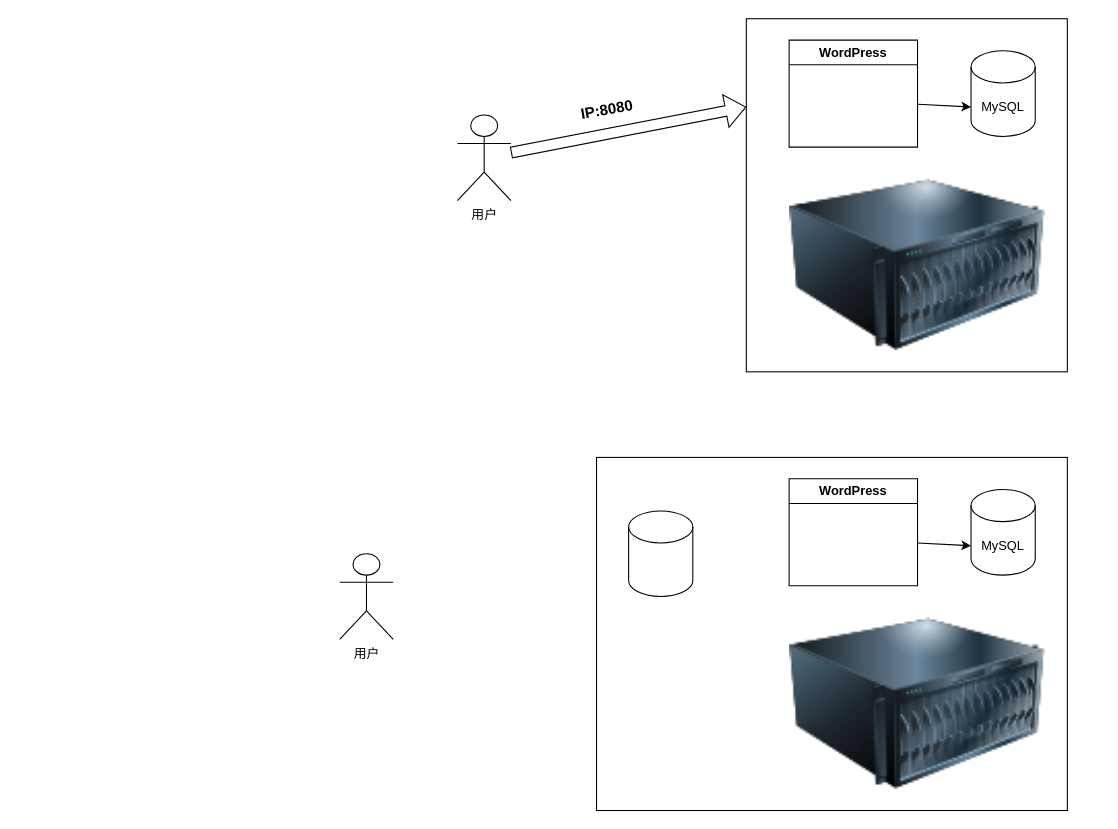
beyondgogogo/Graph keeps this draw.io diagram as wordPress.drawio. Above is the earlier version. Source tidied: cells renumbered, new cells numbered last; positions are measured from the earlier drawing's top-left corner, leaving out a move shared by most shapes. Both pictures are drawn from the tidied source at 107%, with x=0, y=0 at pixel (339, 18).
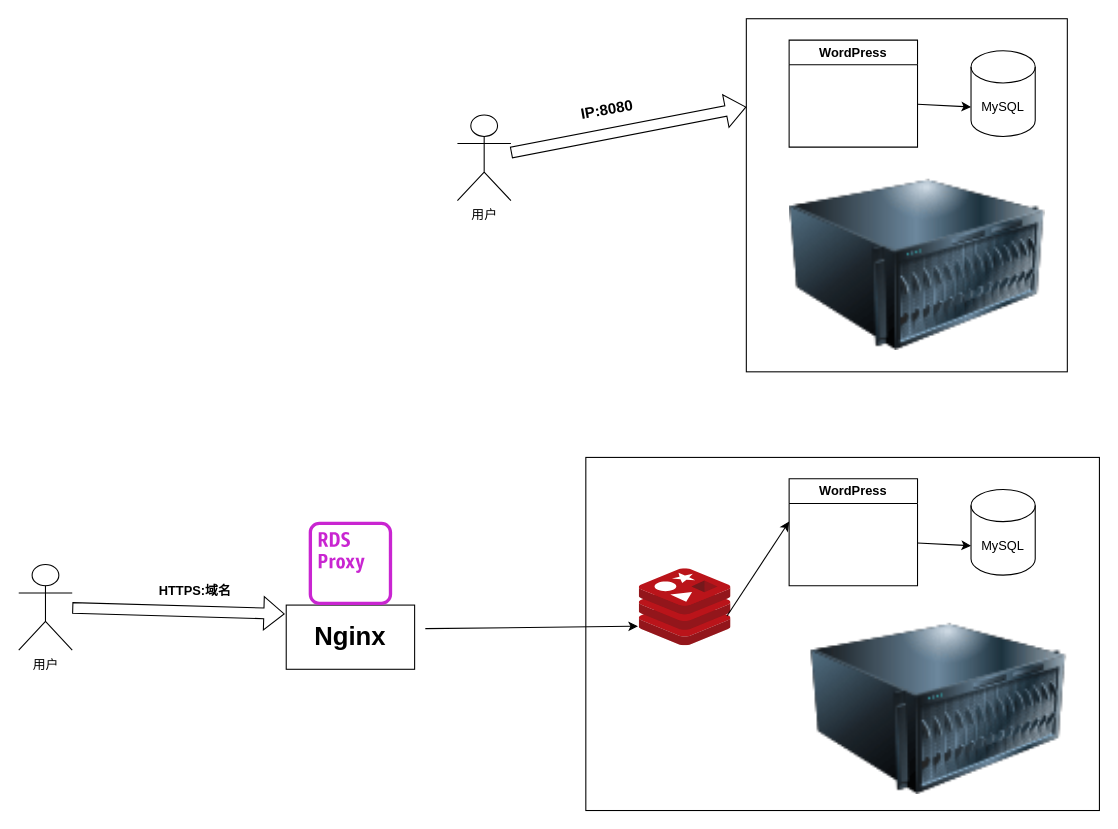
The same diagram, later.

The edit, as a diff of the source:
```diff
@@
     <mxCell id="10" style="rounded=0;whiteSpace=wrap;html=1;" parent="1" vertex="1">
-      <mxGeometry x="240" y="410" width="440" height="330" as="geometry" />
+      <mxGeometry x="230" y="410" width="480" height="330" as="geometry" />
     </mxCell>
     <mxCell id="11" value="用户" style="shape=umlActor;verticalLabelPosition=bottom;verticalAlign=top;html=1;outlineConnect=0;" parent="1" vertex="1">
-      <mxGeometry y="500" width="50" height="80" as="geometry" />
+      <mxGeometry x="-300" y="510" width="50" height="80" as="geometry" />
     </mxCell>
     <mxCell id="12" style="image;html=1;image=img/lib/clip_art/computers/Server_128x128.png;" parent="1" vertex="1">
-      <mxGeometry x="420" y="560" width="240" height="160" as="geometry" />
+      <mxGeometry x="440" y="565" width="240" height="160" as="geometry" />
     </mxCell>
@@
-    <mxCell id="16" style="shape=cylinder3;whiteSpace=wrap;html=1;boundedLbl=1;backgroundOutline=1;size=15;" parent="1" vertex="1">
-      <mxGeometry x="270" y="460" width="60" height="80" as="geometry" />
-    </mxCell>
+    <mxCell id="17" style="image;sketch=0;html=1;points=[];align=center;fontSize=12;image=img/lib/mscae/Cache_Redis_Product.svg;" parent="1" vertex="1">
+      <mxGeometry x="280" y="514" width="85.7" height="72" as="geometry" />
+    </mxCell>
+    <mxCell id="18" style="group;" parent="1" vertex="1">
+      <mxGeometry x="-50" y="470" width="120" height="138" as="geometry" />
+    </mxCell>
+    <mxCell id="19" value="&lt;font style=&quot;font-size: 24px;&quot;&gt;&lt;b&gt;Nginx&lt;/b&gt;&lt;/font&gt;" style="rounded=0;whiteSpace=wrap;html=1;" parent="18" vertex="1">
+      <mxGeometry y="78" width="120" height="60" as="geometry" />
+    </mxCell>
+    <mxCell id="20" style="sketch=0;fontColor=#232F3E;gradientColor=none;fillColor=#C925D1;strokeColor=none;dashed=0;verticalLabelPosition=bottom;verticalAlign=top;align=center;html=1;fontSize=12;fontStyle=0;shape=mxgraph.aws4.rds_proxy_alt;" parent="18" vertex="1">
+      <mxGeometry x="21" width="78" height="78" as="geometry" />
+    </mxCell>
+    <mxCell id="21" style="shape=flexArrow;endArrow=classic;html=1;rounded=0;entryX=-0.012;entryY=0.137;entryDx=0;entryDy=0;entryPerimeter=0;" parent="1" edge="1" source="11" target="19">
+      <mxGeometry relative="1" as="geometry" />
+    </mxCell>
+    <mxCell id="22" style="endArrow=classic;html=1;rounded=0;entryX=-0.015;entryY=0.747;entryDx=0;entryDy=0;entryPerimeter=0;" parent="1" edge="1" target="17">
+      <mxGeometry relative="1" as="geometry">
+        <mxPoint x="80" y="570" as="sourcePoint" />
+      </mxGeometry>
+    </mxCell>
+    <mxCell id="23" style="endArrow=classic;html=1;rounded=0;exitX=0.956;exitY=0.614;exitDx=0;exitDy=0;exitPerimeter=0;" parent="1" edge="1" source="17">
+      <mxGeometry relative="1" as="geometry">
+        <mxPoint x="420" y="470" as="targetPoint" />
+      </mxGeometry>
+    </mxCell>
+    <mxCell id="24" value="&lt;b&gt;HTTPS:域名&lt;/b&gt;" style="text;html=1;align=center;verticalAlign=middle;whiteSpace=wrap;rounded=0;" parent="1" vertex="1">
+      <mxGeometry x="-170" y="520" width="70" height="30" as="geometry" />
+    </mxCell>
```
